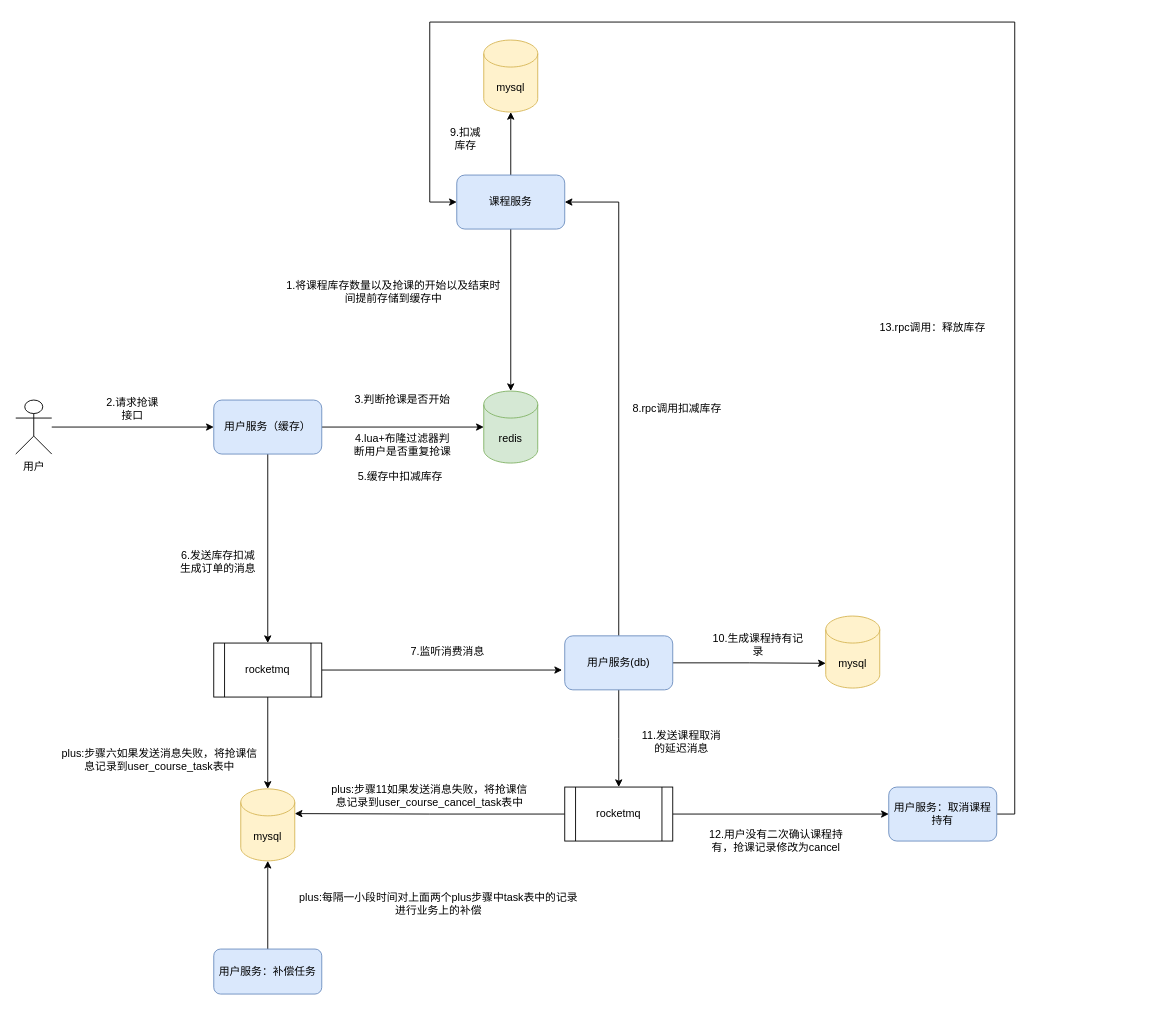
The draw.io diagram Untitled Diagram.drawio in zhongjialin/jsonlint, before the edit. Source tidied: cells renumbered, new cells numbered last; positions are measured from the earlier drawing's top-left corner, leaving out a move shared by most shapes. Both pictures are drawn from the tidied source at 90%, with x=0, y=0 at pixel (15, 22).
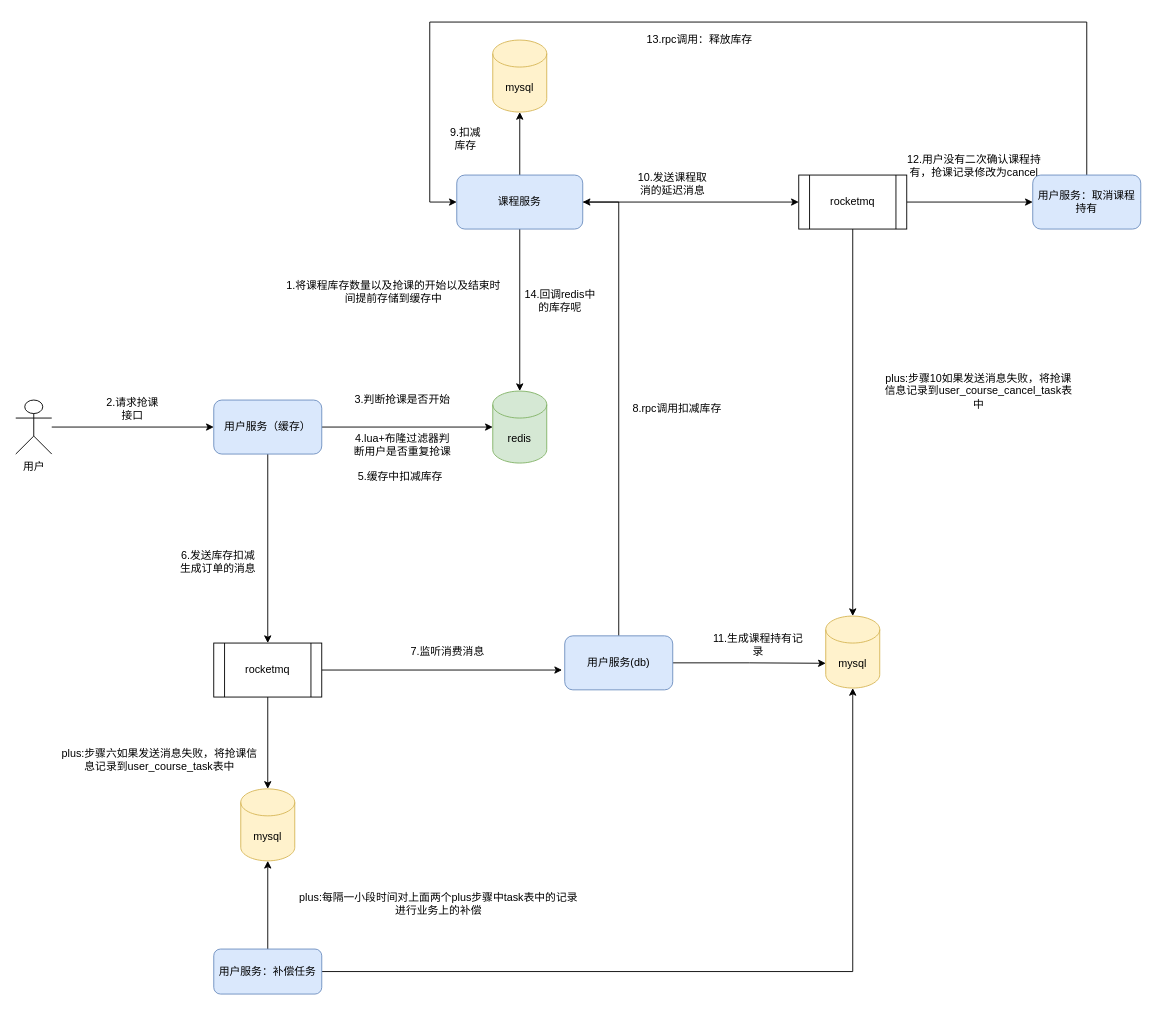
After the change.

Unchanged cells that the change refers to:
```xml
<mxCell id="24" value="用户服务(db)" style="rounded=1;whiteSpace=wrap;html=1;fillColor=#dae8fc;strokeColor=#6c8ebf;" parent="1" vertex="1">
  <mxGeometry x="610" y="682" width="120" height="60" as="geometry" />
</mxCell>
<mxCell id="26" value="mysql" style="shape=cylinder3;whiteSpace=wrap;html=1;boundedLbl=1;backgroundOutline=1;size=15;fillColor=#fff2cc;strokeColor=#d6b656;" parent="1" vertex="1">
  <mxGeometry x="900" y="660" width="60" height="80" as="geometry" />
</mxCell>
<mxCell id="30" value="mysql" style="shape=cylinder3;whiteSpace=wrap;html=1;boundedLbl=1;backgroundOutline=1;size=15;fillColor=#fff2cc;strokeColor=#d6b656;" parent="1" vertex="1">
  <mxGeometry x="250" y="852" width="60" height="80" as="geometry" />
</mxCell>
<mxCell id="42" value="用户服务：补偿任务" style="rounded=1;whiteSpace=wrap;html=1;fillColor=#dae8fc;strokeColor=#6c8ebf;" parent="1" vertex="1">
  <mxGeometry x="220" y="1030" width="120" height="50" as="geometry" />
</mxCell>
```

Change to the diagram source:
```diff
@@
     <mxCell id="4" value="redis" style="shape=cylinder3;whiteSpace=wrap;html=1;boundedLbl=1;backgroundOutline=1;size=15;fillColor=#d5e8d4;strokeColor=#82b366;" parent="1" vertex="1">
-      <mxGeometry x="520" y="410" width="60" height="80" as="geometry" />
+      <mxGeometry x="530" y="410" width="60" height="80" as="geometry" />
     </mxCell>
@@
+    <mxCell id="44" style="edgeStyle=orthogonalEdgeStyle;rounded=0;jettySize=auto;html=1;entryX=0;entryY=0.5;entryDx=0;entryDy=0;" parent="1" edge="1" source="7" target="34">
+      <mxGeometry relative="1" as="geometry" />
+    </mxCell>
     <mxCell id="7" value="课程服务" style="rounded=1;whiteSpace=wrap;html=1;fillColor=#dae8fc;strokeColor=#6c8ebf;" parent="1" vertex="1">
-      <mxGeometry x="490" y="170" width="120" height="60" as="geometry" />
+      <mxGeometry x="490" y="170" width="140" height="60" as="geometry" />
     </mxCell>
@@
-    <mxCell id="23" style="edgeStyle=orthogonalEdgeStyle;rounded=0;jettySize=auto;html=1;" parent="1" edge="1" source="24">
-      <mxGeometry relative="1" as="geometry">
-        <mxPoint x="670" y="850" as="targetPoint" />
-      </mxGeometry>
-    </mxCell>
@@
-    <mxCell id="27" value="10.生成课程持有记录" style="text;html=1;strokeColor=none;fillColor=none;align=center;verticalAlign=middle;whiteSpace=wrap;rounded=0;" parent="1" vertex="1">
+    <mxCell id="27" value="11.生成课程持有记录" style="text;html=1;strokeColor=none;fillColor=none;align=center;verticalAlign=middle;whiteSpace=wrap;rounded=0;" parent="1" vertex="1">
       <mxGeometry x="770" y="682" width="110" height="20" as="geometry" />
     </mxCell>
     <mxCell id="28" value="mysql" style="shape=cylinder3;whiteSpace=wrap;html=1;boundedLbl=1;backgroundOutline=1;size=15;fillColor=#fff2cc;strokeColor=#d6b656;" parent="1" vertex="1">
-      <mxGeometry x="520" y="20" width="60" height="80" as="geometry" />
+      <mxGeometry x="530" y="20" width="60" height="80" as="geometry" />
     </mxCell>
@@
-    <mxCell id="32" style="edgeStyle=orthogonalEdgeStyle;rounded=0;jettySize=auto;html=1;entryX=0;entryY=0.5;entryDx=0;entryDy=0;" parent="1" edge="1" source="34" target="37">
-      <mxGeometry relative="1" as="geometry" />
-    </mxCell>
-    <mxCell id="33" style="edgeStyle=orthogonalEdgeStyle;rounded=0;jettySize=auto;html=1;entryX=1;entryY=0;entryDx=0;entryDy=27.5;entryPerimeter=0;" parent="1" edge="1" source="34" target="30">
-      <mxGeometry relative="1" as="geometry" />
-    </mxCell>
-    <mxCell id="34" value="rocketmq" style="shape=process;whiteSpace=wrap;html=1;backgroundOutline=1;" parent="1" vertex="1">
-      <mxGeometry x="610" y="850" width="120" height="60" as="geometry" />
-    </mxCell>
-    <mxCell id="35" value="11.发送课程取消的延迟消息" style="text;html=1;strokeColor=none;fillColor=none;align=center;verticalAlign=middle;whiteSpace=wrap;rounded=0;" parent="1" vertex="1">
-      <mxGeometry x="690" y="790" width="100" height="20" as="geometry" />
-    </mxCell>
-    <mxCell id="36" style="edgeStyle=orthogonalEdgeStyle;rounded=0;jettySize=auto;html=1;" parent="1" edge="1" source="37">
+    <mxCell id="36" style="edgeStyle=orthogonalEdgeStyle;rounded=0;jettySize=auto;html=1;exitX=1;exitY=0.5;exitDx=0;exitDy=0;" parent="1" edge="1" source="37">
       <mxGeometry relative="1" as="geometry">
         <mxPoint x="490" y="200" as="targetPoint" />
         <Array as="points">
-          <mxPoint x="1110" y="880" />
-          <mxPoint x="1110" />
+          <mxPoint x="1190" y="200" />
+          <mxPoint x="1190" />
           <mxPoint x="460" />
           <mxPoint x="460" y="200" />
         </Array>
       </mxGeometry>
     </mxCell>
     <mxCell id="37" value="用户服务：取消课程持有" style="rounded=1;whiteSpace=wrap;html=1;fillColor=#dae8fc;strokeColor=#6c8ebf;" parent="1" vertex="1">
-      <mxGeometry x="970" y="850" width="120" height="60" as="geometry" />
+      <mxGeometry x="1130" y="170" width="120" height="60" as="geometry" />
     </mxCell>
-    <mxCell id="38" value="12.用户没有二次确认课程持有，抢课记录修改为cancel" style="text;html=1;strokeColor=none;fillColor=none;align=center;verticalAlign=middle;whiteSpace=wrap;rounded=0;" parent="1" vertex="1">
-      <mxGeometry x="760" y="900" width="170" height="20" as="geometry" />
-    </mxCell>
     <mxCell id="39" value="13.rpc调用：释放库存" style="text;html=1;strokeColor=none;fillColor=none;align=center;verticalAlign=middle;whiteSpace=wrap;rounded=0;" parent="1" vertex="1">
-      <mxGeometry x="949" y="330" width="140" height="20" as="geometry" />
+      <mxGeometry x="690" y="10" width="140" height="20" as="geometry" />
     </mxCell>
-    <mxCell id="40" value="plus:步骤11如果发送消息失败，将抢课信息记录到user_course_cancel_task表中" style="text;html=1;strokeColor=none;fillColor=none;align=center;verticalAlign=middle;whiteSpace=wrap;rounded=0;" parent="1" vertex="1">
-      <mxGeometry x="350" y="850" width="220" height="20" as="geometry" />
+    <mxCell id="40" value="plus:步骤10如果发送消息失败，将抢课信息记录到user_course_cancel_task表中" style="text;html=1;strokeColor=none;fillColor=none;align=center;verticalAlign=middle;whiteSpace=wrap;rounded=0;" parent="1" vertex="1">
+      <mxGeometry x="960" y="400" width="220" height="20" as="geometry" />
     </mxCell>
@@
+    <mxCell id="45" style="edgeStyle=orthogonalEdgeStyle;rounded=0;jettySize=auto;html=1;entryX=0.5;entryY=1;entryDx=0;entryDy=0;entryPerimeter=0;" parent="1" edge="1" source="42" target="26">
+      <mxGeometry relative="1" as="geometry" />
+    </mxCell>
@@
+    <mxCell id="46" value="14.回调redis中的库存呢" style="text;html=1;strokeColor=none;fillColor=none;align=center;verticalAlign=middle;whiteSpace=wrap;rounded=0;" parent="1" vertex="1">
+      <mxGeometry x="560" y="300" width="90" height="20" as="geometry" />
+    </mxCell>
+    <mxCell id="32" style="edgeStyle=orthogonalEdgeStyle;rounded=0;jettySize=auto;html=1;entryX=0;entryY=0.5;entryDx=0;entryDy=0;" parent="1" edge="1" source="34" target="37">
+      <mxGeometry relative="1" as="geometry" />
+    </mxCell>
+    <mxCell id="47" style="edgeStyle=orthogonalEdgeStyle;rounded=0;jettySize=auto;html=1;entryX=0.5;entryY=0;entryDx=0;entryDy=0;entryPerimeter=0;" parent="1" edge="1" source="34" target="26">
+      <mxGeometry relative="1" as="geometry" />
+    </mxCell>
+    <mxCell id="34" value="rocketmq" style="shape=process;whiteSpace=wrap;html=1;backgroundOutline=1;" parent="1" vertex="1">
+      <mxGeometry x="870" y="170" width="120" height="60" as="geometry" />
+    </mxCell>
+    <mxCell id="48" value="10.发送课程取消的延迟消息" style="text;html=1;strokeColor=none;fillColor=none;align=center;verticalAlign=middle;whiteSpace=wrap;rounded=0;" parent="1" vertex="1">
+      <mxGeometry x="690" y="170" width="80" height="20" as="geometry" />
+    </mxCell>
+    <mxCell id="38" value="12.用户没有二次确认课程持有，抢课记录修改为cancel" style="text;html=1;strokeColor=none;fillColor=none;align=center;verticalAlign=middle;whiteSpace=wrap;rounded=0;" parent="1" vertex="1">
+      <mxGeometry x="980" y="150" width="170" height="20" as="geometry" />
+    </mxCell>
```
